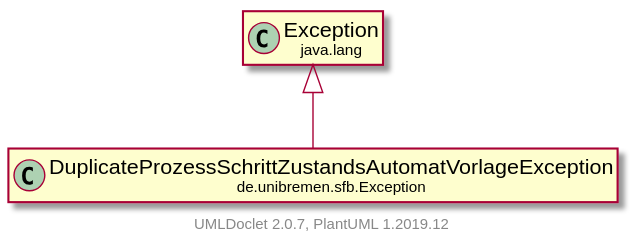
Before: doc/UML/modulsichtSVG/DuplicateProzessSchrittZustandsAutomatVorlageException.svg, a diagram exported from PlantUML (fkehlenb/softwareprojekt-2). The source it was exported from:
```plantuml
@startuml
    set namespaceSeparator none
    hide empty fields
    hide empty methods

    class "<size:14>DuplicateProzessSchrittZustandsAutomatVorlageException\n<size:10>de.unibremen.sfb.Exception" as de.unibremen.sfb.Exception.DuplicateProzessSchrittZustandsAutomatVorlageException [[DuplicateProzessSchrittZustandsAutomatVorlageException.html]]

    class "<size:14>Exception\n<size:10>java.lang" as java.lang.Exception [[https://docs.oracle.com/en/java/javase/11/docs/api/java.base/java/lang/Exception.html?is-external=true]]

    java.lang.Exception <|-- de.unibremen.sfb.Exception.DuplicateProzessSchrittZustandsAutomatVorlageException

    center footer UMLDoclet 2.0.7, PlantUML 1.2019.12
@enduml
```
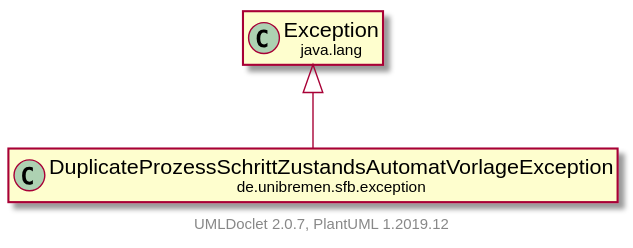
After the commit.

Diff of the diagram source:
```diff
@@ -3,11 +3,11 @@
     hide empty fields
     hide empty methods
 
-    class "<size:14>DuplicateProzessSchrittZustandsAutomatVorlageException\n<size:10>de.unibremen.sfb.Exception" as de.unibremen.sfb.Exception.DuplicateProzessSchrittZustandsAutomatVorlageException [[DuplicateProzessSchrittZustandsAutomatVorlageException.html]]
+    class "<size:14>DuplicateProzessSchrittZustandsAutomatVorlageException\n<size:10>de.unibremen.sfb.exception" as de.unibremen.sfb.exception.DuplicateProzessSchrittZustandsAutomatVorlageException [[DuplicateProzessSchrittZustandsAutomatVorlageException.html]]
 
-    class "<size:14>Exception\n<size:10>java.lang" as java.lang.Exception [[https://docs.oracle.com/en/java/javase/11/docs/api/java.base/java/lang/Exception.html?is-external=true]]
+    class "<size:14>exception\n<size:10>java.lang" as java.lang.exception [[https://docs.oracle.com/en/java/javase/11/docs/api/java.base/java/lang/Exception.html?is-external=true]]
 
-    java.lang.Exception <|-- de.unibremen.sfb.Exception.DuplicateProzessSchrittZustandsAutomatVorlageException
+    java.lang.exception <|-- de.unibremen.sfb.exception.DuplicateProzessSchrittZustandsAutomatVorlageException
 
     center footer UMLDoclet 2.0.7, PlantUML 1.2019.12
 @enduml
```
